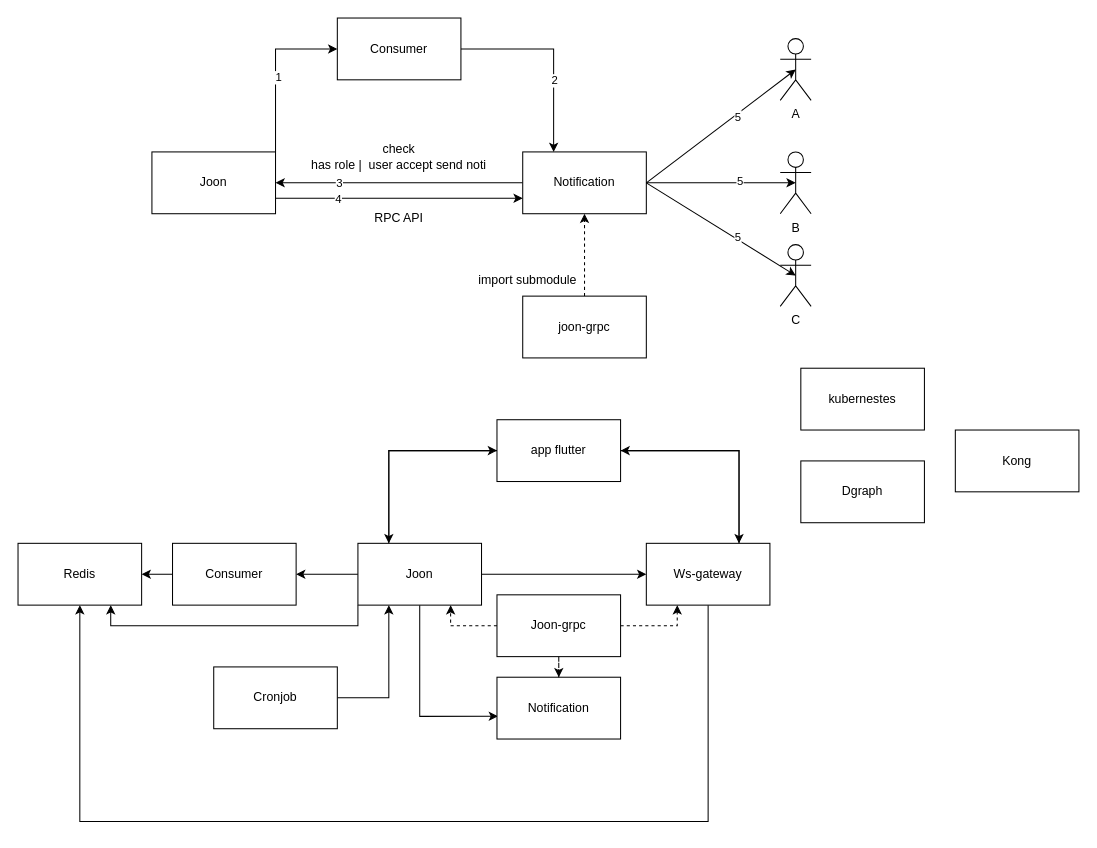
Above: Untitled Diagram.drawio in Duchieuctk41/learn_redis (draw.io), before the change. Source tidied: cells renumbered, new cells numbered last; positions are measured from the earlier drawing's top-left corner, leaving out a move shared by most shapes. Both pictures are drawn from the tidied source at 103%, with x=0, y=0 at pixel (18, 18).
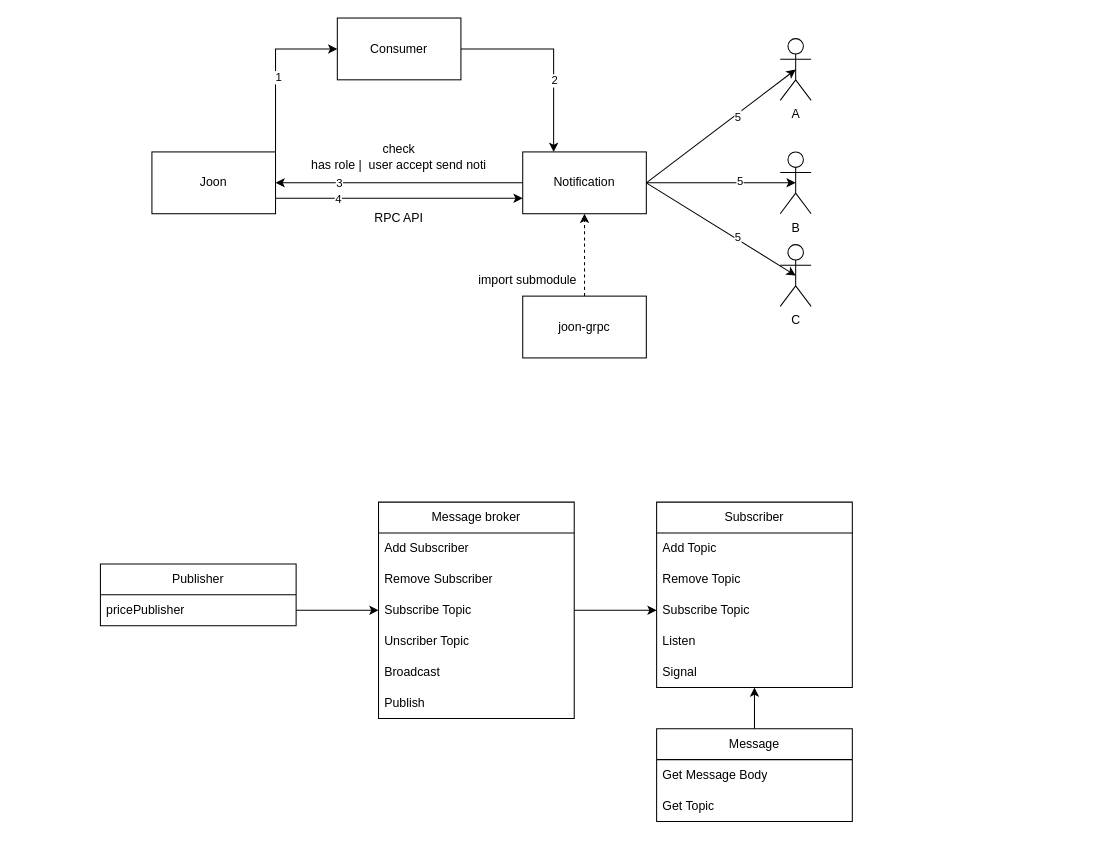
The same diagram, later.

The edit, as a diff of the source:
```diff
@@
-    <mxCell id="27" style="edgeStyle=orthogonalEdgeStyle;rounded=0;jettySize=auto;html=1;entryX=1;entryY=0.5;entryDx=0;entryDy=0;" parent="1" edge="1" source="32" target="34">
-      <mxGeometry relative="1" as="geometry" />
-    </mxCell>
-    <mxCell id="28" style="edgeStyle=orthogonalEdgeStyle;rounded=0;jettySize=auto;html=1;entryX=0;entryY=0.5;entryDx=0;entryDy=0;" parent="1" edge="1" source="32" target="37">
-      <mxGeometry relative="1" as="geometry" />
-    </mxCell>
-    <mxCell id="29" style="edgeStyle=orthogonalEdgeStyle;rounded=0;jettySize=auto;html=1;entryX=0.008;entryY=0.633;entryDx=0;entryDy=0;entryPerimeter=0;" parent="1" edge="1" source="32" target="39">
-      <mxGeometry relative="1" as="geometry">
-        <Array as="points">
-          <mxPoint x="390" y="678" />
-        </Array>
-      </mxGeometry>
-    </mxCell>
-    <mxCell id="30" style="edgeStyle=orthogonalEdgeStyle;rounded=0;jettySize=auto;html=1;exitX=0;exitY=1;exitDx=0;exitDy=0;entryX=0.75;entryY=1;entryDx=0;entryDy=0;" parent="1" edge="1" source="32" target="48">
-      <mxGeometry relative="1" as="geometry">
-        <Array as="points">
-          <mxPoint x="330" y="590" />
-          <mxPoint x="90" y="590" />
-        </Array>
-      </mxGeometry>
-    </mxCell>
-    <mxCell id="31" style="edgeStyle=orthogonalEdgeStyle;rounded=0;jettySize=auto;html=1;exitX=0.25;exitY=0;exitDx=0;exitDy=0;entryX=0;entryY=0.5;entryDx=0;entryDy=0;" parent="1" edge="1" source="32" target="47">
-      <mxGeometry relative="1" as="geometry" />
-    </mxCell>
-    <mxCell id="32" value="Joon" style="rounded=0;whiteSpace=wrap;html=1;" parent="1" vertex="1">
-      <mxGeometry x="330" y="510" width="120" height="60" as="geometry" />
-    </mxCell>
-    <mxCell id="33" style="edgeStyle=orthogonalEdgeStyle;rounded=0;jettySize=auto;html=1;entryX=1;entryY=0.5;entryDx=0;entryDy=0;" parent="1" edge="1" source="34" target="48">
-      <mxGeometry relative="1" as="geometry" />
-    </mxCell>
-    <mxCell id="34" value="Consumer" style="rounded=0;whiteSpace=wrap;html=1;" parent="1" vertex="1">
-      <mxGeometry x="150" y="510" width="120" height="60" as="geometry" />
-    </mxCell>
-    <mxCell id="35" style="edgeStyle=orthogonalEdgeStyle;rounded=0;jettySize=auto;html=1;entryX=0.5;entryY=1;entryDx=0;entryDy=0;" parent="1" edge="1" source="37" target="48">
+    <mxCell id="35" style="edgeStyle=orthogonalEdgeStyle;rounded=0;orthogonalLoop=1;jettySize=auto;html=1;entryX=0.5;entryY=1;entryDx=0;entryDy=0;" parent="1" edge="1">
       <mxGeometry relative="1" as="geometry">
+        <mxPoint x="670" y="570" as="sourcePoint" />
         <Array as="points">
           <mxPoint x="670" y="780" />
           <mxPoint x="60" y="780" />
         </Array>
       </mxGeometry>
     </mxCell>
-    <mxCell id="36" style="edgeStyle=orthogonalEdgeStyle;rounded=0;jettySize=auto;html=1;entryX=1;entryY=0.5;entryDx=0;entryDy=0;" parent="1" edge="1" source="37" target="47">
-      <mxGeometry relative="1" as="geometry">
-        <Array as="points">
-          <mxPoint x="700" y="420" />
-        </Array>
-      </mxGeometry>
-    </mxCell>
-    <mxCell id="37" value="Ws-gateway" style="rounded=0;whiteSpace=wrap;html=1;" parent="1" vertex="1">
-      <mxGeometry x="610" y="510" width="120" height="60" as="geometry" />
-    </mxCell>
-    <mxCell id="38" value="Kong" style="rounded=0;whiteSpace=wrap;html=1;" parent="1" vertex="1">
-      <mxGeometry x="910" y="400" width="120" height="60" as="geometry" />
-    </mxCell>
-    <mxCell id="39" value="Notification" style="rounded=0;whiteSpace=wrap;html=1;" parent="1" vertex="1">
-      <mxGeometry x="465" y="640" width="120" height="60" as="geometry" />
-    </mxCell>
-    <mxCell id="40" style="edgeStyle=orthogonalEdgeStyle;rounded=0;jettySize=auto;html=1;entryX=0.25;entryY=1;entryDx=0;entryDy=0;dashed=1;" parent="1" edge="1" source="41" target="37">
-      <mxGeometry relative="1" as="geometry" />
-    </mxCell>
-    <mxCell id="41" value="Joon-grpc" style="rounded=0;whiteSpace=wrap;html=1;" parent="1" vertex="1">
-      <mxGeometry x="465" y="560" width="120" height="60" as="geometry" />
-    </mxCell>
-    <mxCell id="42" style="edgeStyle=orthogonalEdgeStyle;rounded=0;jettySize=auto;html=1;entryX=0.25;entryY=1;entryDx=0;entryDy=0;" parent="1" edge="1" source="43" target="32">
-      <mxGeometry relative="1" as="geometry">
-        <Array as="points">
-          <mxPoint x="360" y="660" />
-        </Array>
-      </mxGeometry>
-    </mxCell>
-    <mxCell id="43" value="Cronjob" style="rounded=0;whiteSpace=wrap;html=1;" parent="1" vertex="1">
-      <mxGeometry x="190" y="630" width="120" height="60" as="geometry" />
-    </mxCell>
-    <mxCell id="44" value="kubernestes" style="rounded=0;whiteSpace=wrap;html=1;" parent="1" vertex="1">
-      <mxGeometry x="760" y="340" width="120" height="60" as="geometry" />
-    </mxCell>
-    <mxCell id="45" style="edgeStyle=orthogonalEdgeStyle;rounded=0;jettySize=auto;html=1;entryX=0.25;entryY=0;entryDx=0;entryDy=0;" parent="1" edge="1" source="47" target="32">
-      <mxGeometry relative="1" as="geometry" />
-    </mxCell>
-    <mxCell id="46" style="edgeStyle=orthogonalEdgeStyle;rounded=0;jettySize=auto;html=1;entryX=0.75;entryY=0;entryDx=0;entryDy=0;" parent="1" edge="1" source="47" target="37">
-      <mxGeometry relative="1" as="geometry" />
-    </mxCell>
-    <mxCell id="47" value="app flutter" style="rounded=0;whiteSpace=wrap;html=1;" parent="1" vertex="1">
-      <mxGeometry x="465" y="390" width="120" height="60" as="geometry" />
-    </mxCell>
-    <mxCell id="48" value="Redis" style="rounded=0;whiteSpace=wrap;html=1;" parent="1" vertex="1">
-      <mxGeometry y="510" width="120" height="60" as="geometry" />
-    </mxCell>
-    <mxCell id="49" value="Dgraph" style="rounded=0;whiteSpace=wrap;html=1;" parent="1" vertex="1">
-      <mxGeometry x="760" y="430" width="120" height="60" as="geometry" />
-    </mxCell>
-    <mxCell id="50" style="edgeStyle=orthogonalEdgeStyle;rounded=0;jettySize=auto;html=1;entryX=0.75;entryY=1;entryDx=0;entryDy=0;dashed=1;" parent="1" edge="1" source="41" target="32">
-      <mxGeometry relative="1" as="geometry" />
-    </mxCell>
-    <mxCell id="51" style="edgeStyle=orthogonalEdgeStyle;rounded=0;jettySize=auto;html=1;entryX=0.5;entryY=0;entryDx=0;entryDy=0;dashed=1;" parent="1" edge="1" source="41" target="39">
-      <mxGeometry relative="1" as="geometry" />
-    </mxCell>
+    <mxCell id="52" value="Message broker" style="swimlane;fontStyle=0;horizontal=1;startSize=30;whiteSpace=wrap;html=1;" parent="1" vertex="1">
+      <mxGeometry x="350" y="470" width="190" height="210" as="geometry" />
+    </mxCell>
+    <mxCell id="53" value="Add Subscriber" style="text;strokeColor=none;fillColor=none;align=left;verticalAlign=middle;spacingLeft=4;spacingRight=4;overflow=hidden;whiteSpace=wrap;html=1;" parent="52" vertex="1">
+      <mxGeometry y="30" width="190" height="30" as="geometry" />
+    </mxCell>
+    <mxCell id="54" value="Remove Subscriber" style="text;strokeColor=none;fillColor=none;align=left;verticalAlign=middle;spacingLeft=4;spacingRight=4;overflow=hidden;whiteSpace=wrap;html=1;" parent="52" vertex="1">
+      <mxGeometry y="60" width="190" height="30" as="geometry" />
+    </mxCell>
+    <mxCell id="55" value="Subscribe Topic" style="text;strokeColor=none;fillColor=none;align=left;verticalAlign=middle;spacingLeft=4;spacingRight=4;overflow=hidden;points=[[0,0.5],[1,0.5]];portConstraint=eastwest;whiteSpace=wrap;html=1;" parent="52" vertex="1">
+      <mxGeometry y="90" width="190" height="30" as="geometry" />
+    </mxCell>
+    <mxCell id="56" value="Unscriber Topic" style="text;strokeColor=none;fillColor=none;align=left;verticalAlign=middle;spacingLeft=4;spacingRight=4;overflow=hidden;whiteSpace=wrap;html=1;" parent="52" vertex="1">
+      <mxGeometry y="120" width="190" height="30" as="geometry" />
+    </mxCell>
+    <mxCell id="57" value="Broadcast" style="text;strokeColor=none;fillColor=none;align=left;verticalAlign=middle;spacingLeft=4;spacingRight=4;overflow=hidden;whiteSpace=wrap;html=1;" parent="52" vertex="1">
+      <mxGeometry y="150" width="190" height="30" as="geometry" />
+    </mxCell>
+    <mxCell id="58" value="Publish" style="text;strokeColor=none;fillColor=none;align=left;verticalAlign=middle;spacingLeft=4;spacingRight=4;overflow=hidden;whiteSpace=wrap;html=1;" parent="52" vertex="1">
+      <mxGeometry y="180" width="190" height="30" as="geometry" />
+    </mxCell>
+    <mxCell id="59" value="Subscriber" style="swimlane;fontStyle=0;horizontal=1;startSize=30;whiteSpace=wrap;html=1;" parent="1" vertex="1">
+      <mxGeometry x="620" y="470" width="190" height="180" as="geometry" />
+    </mxCell>
+    <mxCell id="60" value="Add Topic" style="text;strokeColor=none;fillColor=none;align=left;verticalAlign=middle;spacingLeft=4;spacingRight=4;overflow=hidden;whiteSpace=wrap;html=1;" parent="59" vertex="1">
+      <mxGeometry y="30" width="190" height="30" as="geometry" />
+    </mxCell>
+    <mxCell id="61" value="Remove Topic" style="text;strokeColor=none;fillColor=none;align=left;verticalAlign=middle;spacingLeft=4;spacingRight=4;overflow=hidden;whiteSpace=wrap;html=1;" parent="59" vertex="1">
+      <mxGeometry y="60" width="190" height="30" as="geometry" />
+    </mxCell>
+    <mxCell id="62" value="Subscribe Topic" style="text;strokeColor=none;fillColor=none;align=left;verticalAlign=middle;spacingLeft=4;spacingRight=4;overflow=hidden;points=[[0,0.5],[1,0.5]];portConstraint=eastwest;whiteSpace=wrap;html=1;" parent="59" vertex="1">
+      <mxGeometry y="90" width="190" height="30" as="geometry" />
+    </mxCell>
+    <mxCell id="63" value="Listen" style="text;strokeColor=none;fillColor=none;align=left;verticalAlign=middle;spacingLeft=4;spacingRight=4;overflow=hidden;whiteSpace=wrap;html=1;" parent="59" vertex="1">
+      <mxGeometry y="120" width="190" height="30" as="geometry" />
+    </mxCell>
+    <mxCell id="64" value="Signal" style="text;strokeColor=none;fillColor=none;align=left;verticalAlign=middle;spacingLeft=4;spacingRight=4;overflow=hidden;points=[[0,0.5],[1,0.5]];portConstraint=eastwest;whiteSpace=wrap;html=1;" parent="59" vertex="1">
+      <mxGeometry y="150" width="190" height="30" as="geometry" />
+    </mxCell>
+    <mxCell id="65" style="edgeStyle=orthogonalEdgeStyle;rounded=0;jettySize=auto;html=1;entryX=0.5;entryY=1;entryDx=0;entryDy=0;entryPerimeter=0;" parent="1" edge="1" source="66" target="64">
+      <mxGeometry relative="1" as="geometry" />
+    </mxCell>
+    <mxCell id="66" value="Message" style="swimlane;fontStyle=0;horizontal=1;startSize=30;whiteSpace=wrap;html=1;" parent="1" vertex="1">
+      <mxGeometry x="620" y="690" width="190" height="90" as="geometry" />
+    </mxCell>
+    <mxCell id="67" value="Get Message Body" style="text;strokeColor=none;fillColor=none;align=left;verticalAlign=middle;spacingLeft=4;spacingRight=4;overflow=hidden;whiteSpace=wrap;html=1;" parent="66" vertex="1">
+      <mxGeometry y="30" width="190" height="30" as="geometry" />
+    </mxCell>
+    <mxCell id="68" value="Get Topic" style="text;strokeColor=none;fillColor=none;align=left;verticalAlign=middle;spacingLeft=4;spacingRight=4;overflow=hidden;whiteSpace=wrap;html=1;" parent="66" vertex="1">
+      <mxGeometry y="60" width="190" height="30" as="geometry" />
+    </mxCell>
+    <mxCell id="69" value="Publisher" style="swimlane;fontStyle=0;horizontal=1;startSize=30;whiteSpace=wrap;html=1;" parent="1" vertex="1">
+      <mxGeometry x="80" y="530" width="190" height="60" as="geometry" />
+    </mxCell>
+    <mxCell id="70" value="pricePublisher" style="text;strokeColor=none;fillColor=none;align=left;verticalAlign=middle;spacingLeft=4;spacingRight=4;overflow=hidden;points=[[0,0.5],[1,0.5]];portConstraint=eastwest;whiteSpace=wrap;html=1;" parent="69" vertex="1">
+      <mxGeometry y="30" width="190" height="30" as="geometry" />
+    </mxCell>
+    <mxCell id="71" style="edgeStyle=orthogonalEdgeStyle;rounded=0;jettySize=auto;html=1;entryX=0;entryY=0.5;entryDx=0;entryDy=0;" parent="1" edge="1" source="70" target="55">
+      <mxGeometry relative="1" as="geometry" />
+    </mxCell>
+    <mxCell id="72" style="edgeStyle=orthogonalEdgeStyle;rounded=0;jettySize=auto;html=1;entryX=0;entryY=0.5;entryDx=0;entryDy=0;" parent="1" edge="1" source="55" target="62">
+      <mxGeometry relative="1" as="geometry" />
+    </mxCell>
```
